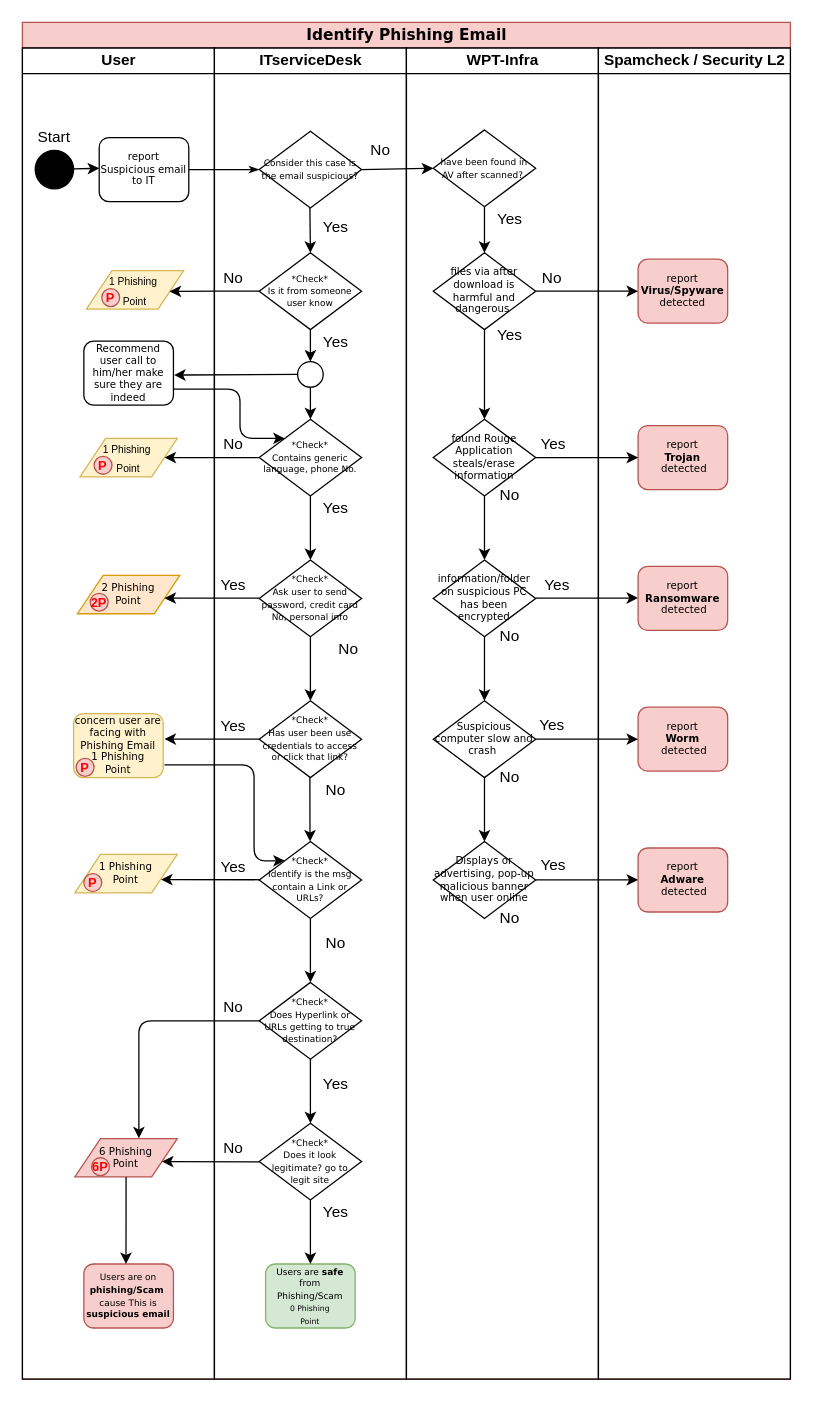
Before: Untitled Diagram.drawio in psukasame/sukasamecloud, a draw.io diagram. Source tidied: cells renumbered, new cells numbered last; positions are measured from the earlier drawing's top-left corner, leaving out a move shared by most shapes. Both pictures are drawn from the tidied source at 128%, with x=0, y=0 at pixel (22, 22).
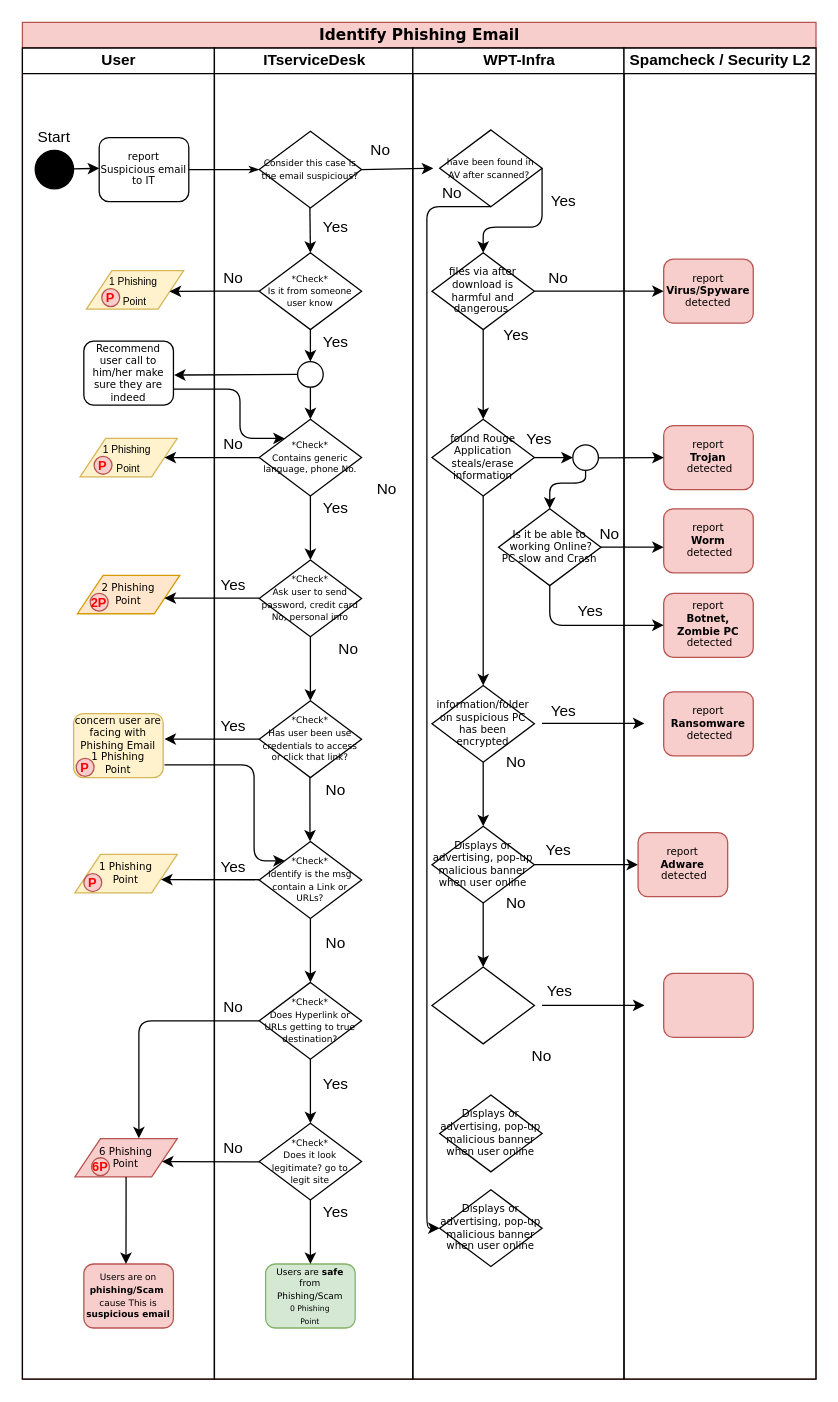
The same page after the edit.

Unchanged cells that the change refers to:
```xml
<mxCell id="72" value="&lt;span style=&quot;font-size: 7px&quot;&gt;have been found in AV after scanned?&amp;nbsp;&lt;/span&gt;" style="rhombus;whiteSpace=wrap;html=1;rounded=0;shadow=0;labelBackgroundColor=none;strokeWidth=1;fontFamily=Verdana;fontSize=8;align=center;" parent="71" vertex="1">
  <mxGeometry x="21" y="64" width="80" height="60" as="geometry" />
</mxCell>
<mxCell id="97" value="report &lt;b&gt;Virus/Spyware&lt;/b&gt; detected" style="rounded=1;whiteSpace=wrap;html=1;shadow=0;labelBackgroundColor=none;strokeWidth=1;fontFamily=Verdana;fontSize=8;align=center;fillColor=#f8cecc;strokeColor=#b85450;" parent="96" vertex="1">
  <mxGeometry x="31" y="165" width="70" height="50" as="geometry" />
</mxCell>
<mxCell id="98" value="report &lt;br&gt;&lt;b&gt;Trojan&lt;br&gt;&lt;/b&gt;&amp;nbsp;detected" style="rounded=1;whiteSpace=wrap;html=1;shadow=0;labelBackgroundColor=none;strokeWidth=1;fontFamily=Verdana;fontSize=8;align=center;fillColor=#f8cecc;strokeColor=#b85450;" parent="96" vertex="1">
  <mxGeometry x="31" y="295" width="70" height="50" as="geometry" />
</mxCell>
```

Diff of the diagram source:
```diff
@@
     <mxCell id="2" value="&lt;font style=&quot;font-size: 12px&quot;&gt;Identify Phishing Email&lt;/font&gt;" style="swimlane;html=1;startSize=20;rounded=0;shadow=0;labelBackgroundColor=none;strokeWidth=1;fontFamily=Verdana;fontSize=8;align=center;fillColor=#f8cecc;strokeColor=#b85450;" parent="1" vertex="1">
-      <mxGeometry width="600" height="1060" as="geometry" />
+      <mxGeometry width="620" height="1060" as="geometry" />
     </mxCell>
@@
     <mxCell id="28" value="ITserviceDesk" style="swimlane;html=1;startSize=20;" parent="2" vertex="1">
-      <mxGeometry x="150" y="20" width="150" height="1040" as="geometry" />
+      <mxGeometry x="150" y="20" width="155" height="1040" as="geometry" />
     </mxCell>
@@
+    <mxCell id="84" value="No" style="text;html=1;strokeColor=none;fillColor=none;align=center;verticalAlign=middle;whiteSpace=wrap;rounded=0;" parent="28" vertex="1">
+      <mxGeometry x="115" y="335" width="40" height="20" as="geometry" />
+    </mxCell>
@@
+    <mxCell id="103" style="edgeStyle=orthogonalEdgeStyle;rounded=0;jettySize=auto;html=1;entryX=0;entryY=0.5;entryDx=0;entryDy=0;" parent="2" edge="1" source="87">
+      <mxGeometry relative="1" as="geometry">
+        <mxPoint x="481" y="658" as="targetPoint" />
+      </mxGeometry>
+    </mxCell>
     <mxCell id="71" value="WPT-Infra" style="swimlane;html=1;startSize=20;" parent="2" vertex="1">
-      <mxGeometry x="300" y="20" width="150" height="1040" as="geometry" />
+      <mxGeometry x="305" y="20" width="165" height="1040" as="geometry" />
     </mxCell>
@@
     <mxCell id="73" value="Yes" style="text;html=1;strokeColor=none;fillColor=none;align=center;verticalAlign=middle;whiteSpace=wrap;rounded=0;" parent="71" vertex="1">
-      <mxGeometry x="61" y="124" width="40" height="20" as="geometry" />
+      <mxGeometry x="98" y="110" width="40" height="20" as="geometry" />
     </mxCell>
     <mxCell id="74" value="files via after download is harmful and dangerous&amp;nbsp;" style="rhombus;whiteSpace=wrap;html=1;rounded=0;shadow=0;labelBackgroundColor=none;strokeWidth=1;fontFamily=Verdana;fontSize=8;align=center;" parent="71" vertex="1">
-      <mxGeometry x="21" y="160" width="80" height="60" as="geometry" />
+      <mxGeometry x="15" y="160" width="80" height="60" as="geometry" />
     </mxCell>
-    <mxCell id="75" style="edgeStyle=orthogonalEdgeStyle;rounded=0;jettySize=auto;html=1;" parent="71" edge="1" source="72" target="74">
-      <mxGeometry relative="1" as="geometry" />
-    </mxCell>
     <mxCell id="76" value="found Rouge Application steals/erase information" style="rhombus;whiteSpace=wrap;html=1;rounded=0;shadow=0;labelBackgroundColor=none;strokeWidth=1;fontFamily=Verdana;fontSize=8;align=center;" parent="71" vertex="1">
-      <mxGeometry x="21" y="290" width="80" height="60" as="geometry" />
+      <mxGeometry x="15" y="290" width="80" height="60" as="geometry" />
     </mxCell>
@@
     <mxCell id="78" value="information/folder on suspicious PC has been encrypted" style="rhombus;whiteSpace=wrap;html=1;rounded=0;shadow=0;labelBackgroundColor=none;strokeWidth=1;fontFamily=Verdana;fontSize=8;align=center;" parent="71" vertex="1">
-      <mxGeometry x="21" y="400" width="80" height="60" as="geometry" />
+      <mxGeometry x="15" y="498" width="80" height="60" as="geometry" />
     </mxCell>
-    <mxCell id="79" style="edgeStyle=orthogonalEdgeStyle;rounded=0;jettySize=auto;html=1;" parent="71" edge="1" source="76" target="78">
-      <mxGeometry relative="1" as="geometry" />
-    </mxCell>
     <mxCell id="80" style="edgeStyle=orthogonalEdgeStyle;rounded=0;orthogonalLoop=1;jettySize=auto;html=1;" parent="71" edge="1">
       <mxGeometry relative="1" as="geometry">
-        <mxPoint x="101" y="429.7" as="sourcePoint" />
-        <mxPoint x="181" y="429.7" as="targetPoint" />
+        <mxPoint x="101" y="527.7" as="sourcePoint" />
+        <mxPoint x="181" y="527.7" as="targetPoint" />
       </mxGeometry>
     </mxCell>
@@
     <mxCell id="82" value="Yes" style="text;html=1;strokeColor=none;fillColor=none;align=center;verticalAlign=middle;whiteSpace=wrap;rounded=0;" parent="71" vertex="1">
-      <mxGeometry x="95" y="300" width="40" height="20" as="geometry" />
+      <mxGeometry x="79" y="296" width="40" height="20" as="geometry" />
     </mxCell>
@@
-    <mxCell id="84" value="No" style="text;html=1;strokeColor=none;fillColor=none;align=center;verticalAlign=middle;whiteSpace=wrap;rounded=0;" parent="71" vertex="1">
-      <mxGeometry x="61" y="340" width="40" height="20" as="geometry" />
-    </mxCell>
     <mxCell id="85" value="No" style="text;html=1;strokeColor=none;fillColor=none;align=center;verticalAlign=middle;whiteSpace=wrap;rounded=0;" parent="71" vertex="1">
-      <mxGeometry x="61" y="450" width="40" height="20" as="geometry" />
+      <mxGeometry x="61" y="548" width="40" height="20" as="geometry" />
     </mxCell>
     <mxCell id="86" value="Yes" style="text;html=1;strokeColor=none;fillColor=none;align=center;verticalAlign=middle;whiteSpace=wrap;rounded=0;" parent="71" vertex="1">
-      <mxGeometry x="98" y="410" width="40" height="20" as="geometry" />
+      <mxGeometry x="98" y="508" width="40" height="20" as="geometry" />
     </mxCell>
-    <mxCell id="87" value="Suspicious computer slow and crash&amp;nbsp;" style="rhombus;whiteSpace=wrap;html=1;rounded=0;shadow=0;labelBackgroundColor=none;strokeWidth=1;fontFamily=Verdana;fontSize=8;align=center;" parent="71" vertex="1">
-      <mxGeometry x="21" y="510" width="80" height="60" as="geometry" />
+    <mxCell id="87" value="Displays or advertising, pop-up malicious banner when user online" style="rhombus;whiteSpace=wrap;html=1;rounded=0;shadow=0;labelBackgroundColor=none;strokeWidth=1;fontFamily=Verdana;fontSize=8;align=center;" parent="71" vertex="1">
+      <mxGeometry x="15" y="608" width="80" height="60" as="geometry" />
     </mxCell>
@@
     <mxCell id="89" value="Yes" style="text;html=1;strokeColor=none;fillColor=none;align=center;verticalAlign=middle;whiteSpace=wrap;rounded=0;" parent="71" vertex="1">
-      <mxGeometry x="94" y="519" width="40" height="20" as="geometry" />
+      <mxGeometry x="94" y="617" width="40" height="20" as="geometry" />
     </mxCell>
-    <mxCell id="90" value="Displays or advertising, pop-up malicious banner when user online" style="rhombus;whiteSpace=wrap;html=1;rounded=0;shadow=0;labelBackgroundColor=none;strokeWidth=1;fontFamily=Verdana;fontSize=8;align=center;" parent="71" vertex="1">
-      <mxGeometry x="21" y="620" width="80" height="60" as="geometry" />
+    <mxCell id="90" style="rhombus;whiteSpace=wrap;html=1;rounded=0;shadow=0;labelBackgroundColor=none;strokeWidth=1;fontFamily=Verdana;fontSize=8;align=center;" parent="71" vertex="1">
+      <mxGeometry x="15" y="718" width="80" height="60" as="geometry" />
     </mxCell>
@@
     <mxCell id="92" style="edgeStyle=orthogonalEdgeStyle;rounded=0;orthogonalLoop=1;jettySize=auto;html=1;entryX=0;entryY=0.5;entryDx=0;entryDy=0;" parent="71" edge="1">
       <mxGeometry relative="1" as="geometry">
-        <mxPoint x="101" y="649.9" as="sourcePoint" />
-        <mxPoint x="181" y="649.9" as="targetPoint" />
+        <mxPoint x="101" y="747.9" as="sourcePoint" />
+        <mxPoint x="181" y="747.9" as="targetPoint" />
       </mxGeometry>
     </mxCell>
     <mxCell id="93" value="Yes" style="text;html=1;strokeColor=none;fillColor=none;align=center;verticalAlign=middle;whiteSpace=wrap;rounded=0;" parent="71" vertex="1">
-      <mxGeometry x="95" y="629" width="40" height="20" as="geometry" />
+      <mxGeometry x="95" y="727" width="40" height="20" as="geometry" />
     </mxCell>
     <mxCell id="94" value="No" style="text;html=1;strokeColor=none;fillColor=none;align=center;verticalAlign=middle;whiteSpace=wrap;rounded=0;" parent="71" vertex="1">
-      <mxGeometry x="61" y="560" width="40" height="20" as="geometry" />
+      <mxGeometry x="61" y="658" width="40" height="20" as="geometry" />
     </mxCell>
     <mxCell id="95" value="No" style="text;html=1;strokeColor=none;fillColor=none;align=center;verticalAlign=middle;whiteSpace=wrap;rounded=0;" parent="71" vertex="1">
-      <mxGeometry x="61" y="670" width="40" height="20" as="geometry" />
+      <mxGeometry x="81" y="778" width="40" height="20" as="geometry" />
     </mxCell>
+    <mxCell id="75" style="edgeStyle=elbowEdgeStyle;elbow=vertical;endArrow=classic;html=1;exitX=1;exitY=0.5;exitDx=0;exitDy=0;entryX=0.5;entryY=0;entryDx=0;entryDy=0;" parent="71" edge="1" source="72" target="74">
+      <mxGeometry relative="1" as="geometry">
+        <Array as="points">
+          <mxPoint x="81" y="140" />
+        </Array>
+      </mxGeometry>
+    </mxCell>
+    <mxCell id="105" value="No" style="text;html=1;strokeColor=none;fillColor=none;align=center;verticalAlign=middle;whiteSpace=wrap;rounded=0;" parent="71" vertex="1">
+      <mxGeometry x="11" y="104" width="40" height="20" as="geometry" />
+    </mxCell>
+    <mxCell id="106" value="Displays or advertising, pop-up malicious banner when user online" style="rhombus;whiteSpace=wrap;html=1;rounded=0;shadow=0;labelBackgroundColor=none;strokeWidth=1;fontFamily=Verdana;fontSize=8;align=center;" parent="71" vertex="1">
+      <mxGeometry x="21" y="818" width="80" height="60" as="geometry" />
+    </mxCell>
+    <mxCell id="107" value="Displays or advertising, pop-up malicious banner when user online" style="rhombus;whiteSpace=wrap;html=1;rounded=0;shadow=0;labelBackgroundColor=none;strokeWidth=1;fontFamily=Verdana;fontSize=8;align=center;" parent="71" vertex="1">
+      <mxGeometry x="21" y="892" width="80" height="60" as="geometry" />
+    </mxCell>
+    <mxCell id="108" style="edgeStyle=elbowEdgeStyle;elbow=horizontal;endArrow=classic;html=1;entryX=0;entryY=0.5;entryDx=0;entryDy=0;exitX=0.5;exitY=1;exitDx=0;exitDy=0;" parent="71" edge="1" source="72" target="107">
+      <mxGeometry relative="1" as="geometry">
+        <Array as="points">
+          <mxPoint x="11" y="460" />
+        </Array>
+      </mxGeometry>
+    </mxCell>
+    <mxCell id="109" value="Is it be able to&lt;br&gt;&amp;nbsp;working Online?&lt;br&gt;PC slow and Crash" style="rhombus;whiteSpace=wrap;html=1;rounded=0;shadow=0;labelBackgroundColor=none;strokeWidth=1;fontFamily=Verdana;fontSize=8;align=center;" parent="71" vertex="1">
+      <mxGeometry x="67" y="360" width="80" height="60" as="geometry" />
+    </mxCell>
+    <mxCell id="110" style="ellipse;whiteSpace=wrap;html=1;fillColor=#FFFFFF;" parent="71" vertex="1">
+      <mxGeometry x="125" y="310" width="20" height="20" as="geometry" />
+    </mxCell>
+    <mxCell id="111" style="endArrow=classic;html=1;entryX=0;entryY=0.5;entryDx=0;entryDy=0;" parent="71" edge="1" target="110">
+      <mxGeometry relative="1" as="geometry">
+        <mxPoint x="95" y="320" as="sourcePoint" />
+      </mxGeometry>
+    </mxCell>
+    <mxCell id="112" style="edgeStyle=elbowEdgeStyle;elbow=vertical;endArrow=classic;html=1;exitX=1;exitY=0.5;exitDx=0;exitDy=0;entryX=0.5;entryY=0;entryDx=0;entryDy=0;" parent="71" edge="1" target="109">
+      <mxGeometry relative="1" as="geometry">
+        <mxPoint x="135" y="330" as="sourcePoint" />
+        <Array as="points">
+          <mxPoint x="121" y="340" />
+        </Array>
+      </mxGeometry>
+    </mxCell>
+    <mxCell id="113" value="No" style="text;html=1;strokeColor=none;fillColor=none;align=center;verticalAlign=middle;whiteSpace=wrap;rounded=0;" parent="71" vertex="1">
+      <mxGeometry x="134" y="370" width="40" height="20" as="geometry" />
+    </mxCell>
+    <mxCell id="114" value="Yes" style="text;html=1;strokeColor=none;fillColor=none;align=center;verticalAlign=middle;whiteSpace=wrap;rounded=0;" parent="71" vertex="1">
+      <mxGeometry x="119" y="430" width="40" height="20" as="geometry" />
+    </mxCell>
+    <mxCell id="79" style="endArrow=classic;html=1;exitX=0.5;exitY=1;exitDx=0;exitDy=0;entryX=0.5;entryY=0;entryDx=0;entryDy=0;" parent="71" edge="1" source="76" target="78">
+      <mxGeometry relative="1" as="geometry" />
+    </mxCell>
     <mxCell id="96" value="Spamcheck / Security L2" style="swimlane;html=1;startSize=20;" parent="2" vertex="1">
-      <mxGeometry x="450" y="20" width="150" height="1040" as="geometry" />
+      <mxGeometry x="470" y="20" width="150" height="1040" as="geometry" />
     </mxCell>
@@
     <mxCell id="99" value="report &lt;br&gt;&lt;b&gt;Ransomware&lt;br&gt;&lt;/b&gt;&amp;nbsp;detected" style="rounded=1;whiteSpace=wrap;html=1;shadow=0;labelBackgroundColor=none;strokeWidth=1;fontFamily=Verdana;fontSize=8;align=center;fillColor=#f8cecc;strokeColor=#b85450;" parent="96" vertex="1">
-      <mxGeometry x="31" y="405" width="70" height="50" as="geometry" />
+      <mxGeometry x="31" y="503" width="70" height="50" as="geometry" />
     </mxCell>
+    <mxCell id="101" style="rounded=1;whiteSpace=wrap;html=1;shadow=0;labelBackgroundColor=none;strokeWidth=1;fontFamily=Verdana;fontSize=8;align=center;fillColor=#f8cecc;strokeColor=#b85450;" parent="96" vertex="1">
+      <mxGeometry x="31" y="723" width="70" height="50" as="geometry" />
+    </mxCell>
     <mxCell id="100" value="report &lt;br&gt;&lt;b&gt;Worm&lt;br&gt;&lt;/b&gt;&amp;nbsp;detected" style="rounded=1;whiteSpace=wrap;html=1;shadow=0;labelBackgroundColor=none;strokeWidth=1;fontFamily=Verdana;fontSize=8;align=center;fillColor=#f8cecc;strokeColor=#b85450;" parent="96" vertex="1">
-      <mxGeometry x="31" y="515" width="70" height="50" as="geometry" />
+      <mxGeometry x="31" y="360" width="70" height="50" as="geometry" />
     </mxCell>
-    <mxCell id="101" value="report &lt;br&gt;&lt;b&gt;Adware&lt;br&gt;&lt;/b&gt;&amp;nbsp;detected" style="rounded=1;whiteSpace=wrap;html=1;shadow=0;labelBackgroundColor=none;strokeWidth=1;fontFamily=Verdana;fontSize=8;align=center;fillColor=#f8cecc;strokeColor=#b85450;" parent="96" vertex="1">
-      <mxGeometry x="31" y="625" width="70" height="50" as="geometry" />
-    </mxCell>
-    <mxCell id="102" style="edgeStyle=orthogonalEdgeStyle;rounded=0;jettySize=auto;html=1;" parent="2" edge="1" source="76">
-      <mxGeometry relative="1" as="geometry">
-        <mxPoint x="481" y="340" as="targetPoint" />
-      </mxGeometry>
-    </mxCell>
-    <mxCell id="103" style="edgeStyle=orthogonalEdgeStyle;rounded=0;jettySize=auto;html=1;entryX=0;entryY=0.5;entryDx=0;entryDy=0;" parent="2" edge="1" source="87" target="100">
-      <mxGeometry relative="1" as="geometry" />
-    </mxCell>
+    <mxCell id="115" style="endArrow=classic;html=1;entryX=0;entryY=0.5;entryDx=0;entryDy=0;exitX=1;exitY=0.5;exitDx=0;exitDy=0;" parent="96" edge="1" source="109">
+      <mxGeometry relative="1" as="geometry">
+        <mxPoint x="31" y="390" as="targetPoint" />
+      </mxGeometry>
+    </mxCell>
+    <mxCell id="116" value="report &lt;br&gt;&lt;b&gt;Botnet, Zombie PC&lt;br&gt;&lt;/b&gt;&amp;nbsp;detected" style="rounded=1;whiteSpace=wrap;html=1;shadow=0;labelBackgroundColor=none;strokeWidth=1;fontFamily=Verdana;fontSize=8;align=center;fillColor=#f8cecc;strokeColor=#b85450;" parent="96" vertex="1">
+      <mxGeometry x="31" y="426" width="70" height="50" as="geometry" />
+    </mxCell>
+    <mxCell id="117" style="endArrow=classic;html=1;entryX=0;entryY=0.5;entryDx=0;entryDy=0;exitX=1.003;exitY=0.511;exitDx=0;exitDy=0;exitPerimeter=0;" parent="2" edge="1" source="110" target="98">
+      <mxGeometry relative="1" as="geometry" />
+    </mxCell>
-    <mxCell id="104" style="edgeStyle=orthogonalEdgeStyle;rounded=0;jettySize=auto;html=1;" parent="1" edge="1" source="74">
-      <mxGeometry relative="1" as="geometry">
-        <mxPoint x="481" y="210" as="targetPoint" />
-      </mxGeometry>
+    <mxCell id="104" style="edgeStyle=orthogonalEdgeStyle;rounded=0;jettySize=auto;html=1;entryX=0;entryY=0.5;entryDx=0;entryDy=0;" parent="2" edge="1" source="74" target="97">
+      <mxGeometry relative="1" as="geometry" />
     </mxCell>
+    <mxCell id="118" style="edgeStyle=segmentEdgeStyle;endArrow=classic;html=1;entryX=0;entryY=0.5;entryDx=0;entryDy=0;exitX=0.5;exitY=1;exitDx=0;exitDy=0;" parent="2" edge="1">
+      <mxGeometry relative="1" as="geometry">
+        <mxPoint x="412" y="440" as="sourcePoint" />
+        <mxPoint x="501" y="471" as="targetPoint" />
+        <Array as="points">
+          <mxPoint x="412" y="471" />
+        </Array>
+      </mxGeometry>
+    </mxCell>
+    <mxCell id="119" value="report&lt;br&gt;&lt;b&gt;Adware&lt;br&gt;&lt;/b&gt;&amp;nbsp;detected" style="rounded=1;whiteSpace=wrap;html=1;shadow=0;labelBackgroundColor=none;strokeWidth=1;fontFamily=Verdana;fontSize=8;align=center;fillColor=#f8cecc;strokeColor=#b85450;" parent="1" vertex="1">
+      <mxGeometry x="481" y="633" width="70" height="50" as="geometry" />
+    </mxCell>
```
